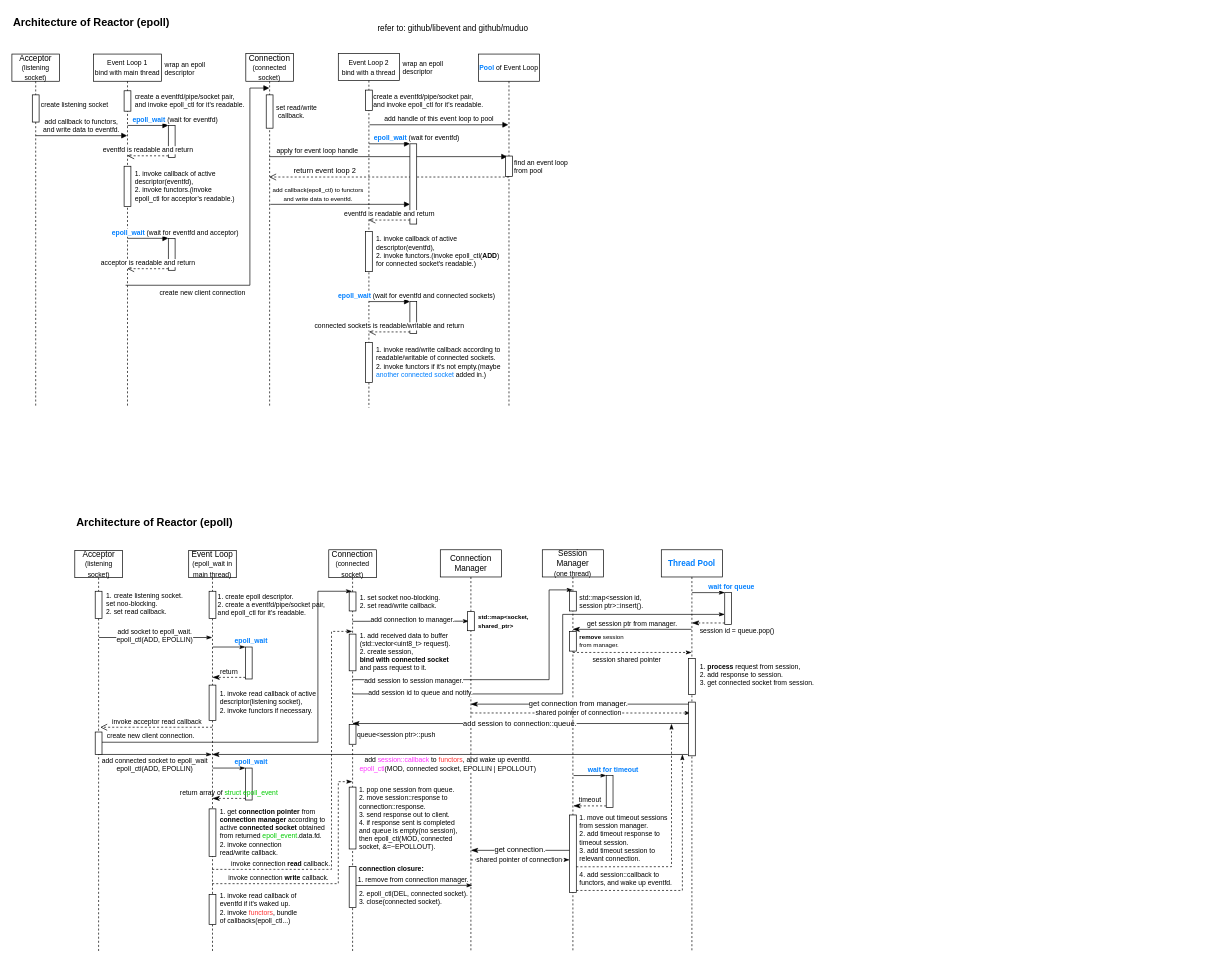
This is asio_arch.drawio from lsclone/StrayBirds, a draw.io file, before an edit. Source tidied: cells renumbered, new cells numbered last; positions are measured from the earlier drawing's top-left corner, leaving out a move shared by most shapes. Both pictures are drawn from the tidied source at 68%, with x=0, y=0 at pixel (12, 12).
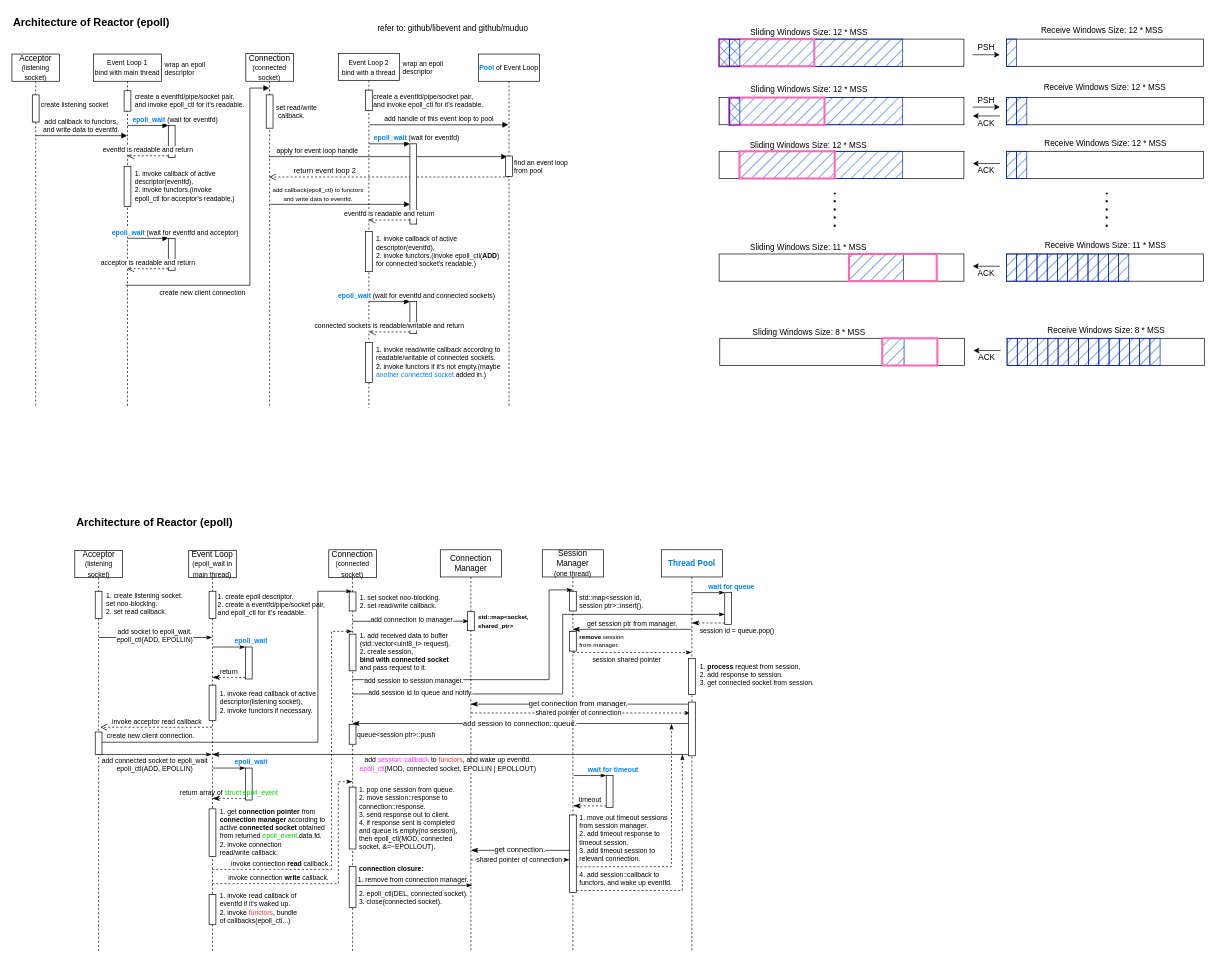
The same page after the edit.

The edit, as a diff of the source:
```diff
@@
+    <mxCell id="117" style="rounded=0;whiteSpace=wrap;html=1;" parent="1" vertex="1">
+      <mxGeometry x="1040" y="40" width="360" height="40" as="geometry" />
+    </mxCell>
@@
+    <mxCell id="118" style="rounded=0;whiteSpace=wrap;html=1;fillColor=#0050ef;fontColor=#ffffff;strokeColor=#001DBC;fillStyle=hatch;" parent="1" vertex="1">
+      <mxGeometry x="1040" y="40" width="270" height="40" as="geometry" />
+    </mxCell>
+    <mxCell id="119" style="rounded=0;whiteSpace=wrap;html=1;fillColor=none;strokeColor=#FF66B3;strokeWidth=3;" parent="1" vertex="1">
+      <mxGeometry x="1040" y="40" width="140" height="40" as="geometry" />
+    </mxCell>
+    <mxCell id="120" style="rounded=0;whiteSpace=wrap;html=1;fillStyle=hatch;fillColor=#0050ef;perimeterSpacing=0;strokeWidth=1;strokeColor=#001DBC;fontColor=#ffffff;rotation=90;" parent="1" vertex="1">
+      <mxGeometry x="1027.5" y="52.5" width="40" height="15" as="geometry" />
+    </mxCell>
+    <mxCell id="121" style="rounded=0;whiteSpace=wrap;html=1;fillStyle=hatch;fillColor=#0050ef;perimeterSpacing=0;strokeWidth=1;strokeColor=#001DBC;fontColor=#ffffff;rotation=90;" parent="1" vertex="1">
+      <mxGeometry x="1043" y="53" width="40" height="15" as="geometry" />
+    </mxCell>
+    <mxCell id="122" style="rounded=0;whiteSpace=wrap;html=1;" parent="1" vertex="1">
+      <mxGeometry x="1462.5" y="40" width="290" height="40" as="geometry" />
+    </mxCell>
+    <mxCell id="123" style="rounded=0;whiteSpace=wrap;html=1;fillStyle=hatch;strokeColor=#001DBC;strokeWidth=1;fillColor=#0050ef;fontColor=#ffffff;" parent="1" vertex="1">
+      <mxGeometry x="1462.5" y="40" width="15" height="40" as="geometry" />
+    </mxCell>
+    <mxCell id="124" style="rounded=0;whiteSpace=wrap;html=1;" parent="1" vertex="1">
+      <mxGeometry x="1040" y="126" width="360" height="40" as="geometry" />
+    </mxCell>
+    <mxCell id="125" style="rounded=0;whiteSpace=wrap;html=1;fillColor=#0050ef;fontColor=#ffffff;strokeColor=#001DBC;fillStyle=hatch;" parent="1" vertex="1">
+      <mxGeometry x="1054" y="126" width="256" height="40" as="geometry" />
+    </mxCell>
+    <mxCell id="126" style="rounded=0;whiteSpace=wrap;html=1;fillColor=none;strokeColor=#FF66B3;strokeWidth=3;" parent="1" vertex="1">
+      <mxGeometry x="1055" y="126" width="140" height="40" as="geometry" />
+    </mxCell>
+    <mxCell id="127" style="rounded=0;whiteSpace=wrap;html=1;fillStyle=hatch;fillColor=#0050ef;perimeterSpacing=0;strokeWidth=1;strokeColor=#001DBC;fontColor=#ffffff;rotation=90;" parent="1" vertex="1">
+      <mxGeometry x="1043" y="139" width="40" height="15" as="geometry" />
+    </mxCell>
+    <mxCell id="128" style="rounded=0;whiteSpace=wrap;html=1;" parent="1" vertex="1">
+      <mxGeometry x="1462.5" y="126" width="290" height="40" as="geometry" />
+    </mxCell>
+    <mxCell id="129" style="rounded=0;whiteSpace=wrap;html=1;fillStyle=hatch;strokeColor=#001DBC;strokeWidth=1;fillColor=#0050ef;fontColor=#ffffff;" parent="1" vertex="1">
+      <mxGeometry x="1462.5" y="126" width="15" height="40" as="geometry" />
+    </mxCell>
+    <mxCell id="130" style="rounded=0;whiteSpace=wrap;html=1;fillStyle=hatch;strokeColor=#001DBC;strokeWidth=1;fillColor=#0050ef;fontColor=#ffffff;" parent="1" vertex="1">
+      <mxGeometry x="1477.5" y="126" width="15" height="40" as="geometry" />
+    </mxCell>
+    <mxCell id="131" style="endArrow=classic;html=1;rounded=0;" parent="1" edge="1">
+      <mxGeometry relative="1" as="geometry">
+        <mxPoint x="1413" y="63" as="sourcePoint" />
+        <mxPoint x="1453" y="63" as="targetPoint" />
+      </mxGeometry>
+    </mxCell>
+    <mxCell id="132" style="endArrow=classic;startArrow=none;html=1;rounded=0;startFill=0;" parent="1" edge="1">
+      <mxGeometry relative="1" as="geometry">
+        <mxPoint x="1413" y="140" as="sourcePoint" />
+        <mxPoint x="1453" y="140" as="targetPoint" />
+      </mxGeometry>
+    </mxCell>
+    <mxCell id="133" style="endArrow=none;startArrow=classic;html=1;rounded=0;endFill=0;" parent="1" edge="1">
+      <mxGeometry relative="1" as="geometry">
+        <mxPoint x="1413" y="153" as="sourcePoint" />
+        <mxPoint x="1453" y="153" as="targetPoint" />
+      </mxGeometry>
+    </mxCell>
+    <mxCell id="134" value="PSH" style="text;html=1;strokeColor=none;fillColor=none;align=center;verticalAlign=middle;whiteSpace=wrap;rounded=0;fillStyle=hatch;" parent="1" vertex="1">
+      <mxGeometry x="1418" y="42" width="30" height="22" as="geometry" />
+    </mxCell>
+    <mxCell id="135" value="PSH" style="text;html=1;strokeColor=none;fillColor=none;align=center;verticalAlign=middle;whiteSpace=wrap;rounded=0;fillStyle=hatch;" parent="1" vertex="1">
+      <mxGeometry x="1418" y="119" width="30" height="22" as="geometry" />
+    </mxCell>
+    <mxCell id="136" value="ACK" style="text;html=1;strokeColor=none;fillColor=none;align=center;verticalAlign=middle;whiteSpace=wrap;rounded=0;fillStyle=hatch;" parent="1" vertex="1">
+      <mxGeometry x="1418" y="153" width="30" height="22" as="geometry" />
+    </mxCell>
+    <mxCell id="137" value="Receive Windows Size: 12 * MSS" style="text;html=1;strokeColor=none;fillColor=none;align=center;verticalAlign=middle;whiteSpace=wrap;rounded=0;fillStyle=hatch;" parent="1" vertex="1">
+      <mxGeometry x="1499" y="16" width="209" height="22" as="geometry" />
+    </mxCell>
+    <mxCell id="138" value="Sliding Windows Size: 12 * MSS" style="text;html=1;strokeColor=none;fillColor=none;align=center;verticalAlign=middle;whiteSpace=wrap;rounded=0;fillStyle=hatch;" parent="1" vertex="1">
+      <mxGeometry x="1067.5" y="19" width="209" height="22" as="geometry" />
+    </mxCell>
+    <mxCell id="139" style="rounded=0;whiteSpace=wrap;html=1;" parent="1" vertex="1">
+      <mxGeometry x="1040" y="205" width="360" height="40" as="geometry" />
+    </mxCell>
+    <mxCell id="140" style="rounded=0;whiteSpace=wrap;html=1;fillColor=#0050ef;fontColor=#ffffff;strokeColor=#001DBC;fillStyle=hatch;" parent="1" vertex="1">
+      <mxGeometry x="1070" y="205" width="240" height="40" as="geometry" />
+    </mxCell>
+    <mxCell id="141" style="rounded=0;whiteSpace=wrap;html=1;fillColor=none;strokeColor=#FF66B3;strokeWidth=3;" parent="1" vertex="1">
+      <mxGeometry x="1070" y="205" width="140" height="40" as="geometry" />
+    </mxCell>
+    <mxCell id="142" style="rounded=0;whiteSpace=wrap;html=1;" parent="1" vertex="1">
+      <mxGeometry x="1462.5" y="205" width="290" height="40" as="geometry" />
+    </mxCell>
+    <mxCell id="143" style="rounded=0;whiteSpace=wrap;html=1;fillStyle=hatch;strokeColor=#001DBC;strokeWidth=1;fillColor=#0050ef;fontColor=#ffffff;" parent="1" vertex="1">
+      <mxGeometry x="1462.5" y="205" width="15" height="40" as="geometry" />
+    </mxCell>
+    <mxCell id="144" style="rounded=0;whiteSpace=wrap;html=1;fillStyle=hatch;strokeColor=#001DBC;strokeWidth=1;fillColor=#0050ef;fontColor=#ffffff;" parent="1" vertex="1">
+      <mxGeometry x="1477.5" y="205" width="15" height="40" as="geometry" />
+    </mxCell>
+    <mxCell id="145" style="endArrow=none;startArrow=classic;html=1;rounded=0;endFill=0;" parent="1" edge="1">
+      <mxGeometry relative="1" as="geometry">
+        <mxPoint x="1413" y="223" as="sourcePoint" />
+        <mxPoint x="1453" y="223" as="targetPoint" />
+      </mxGeometry>
+    </mxCell>
+    <mxCell id="146" value="ACK" style="text;html=1;strokeColor=none;fillColor=none;align=center;verticalAlign=middle;whiteSpace=wrap;rounded=0;fillStyle=hatch;" parent="1" vertex="1">
+      <mxGeometry x="1418" y="223" width="30" height="22" as="geometry" />
+    </mxCell>
+    <mxCell id="147" value="Receive Windows Size: 12 * MSS" style="text;html=1;strokeColor=none;fillColor=none;align=center;verticalAlign=middle;whiteSpace=wrap;rounded=0;fillStyle=hatch;" parent="1" vertex="1">
+      <mxGeometry x="1503" y="101" width="209" height="22" as="geometry" />
+    </mxCell>
+    <mxCell id="148" value="Sliding Windows Size: 12 * MSS" style="text;html=1;strokeColor=none;fillColor=none;align=center;verticalAlign=middle;whiteSpace=wrap;rounded=0;fillStyle=hatch;" parent="1" vertex="1">
+      <mxGeometry x="1067.5" y="104" width="209" height="22" as="geometry" />
+    </mxCell>
+    <mxCell id="149" value="Receive Windows Size: 12 * MSS" style="text;html=1;strokeColor=none;fillColor=none;align=center;verticalAlign=middle;whiteSpace=wrap;rounded=0;fillStyle=hatch;" parent="1" vertex="1">
+      <mxGeometry x="1504" y="182" width="209" height="22" as="geometry" />
+    </mxCell>
+    <mxCell id="150" value="Sliding Windows Size: 12 * MSS" style="text;html=1;strokeColor=none;fillColor=none;align=center;verticalAlign=middle;whiteSpace=wrap;rounded=0;fillStyle=hatch;" parent="1" vertex="1">
+      <mxGeometry x="1066.5" y="185" width="209" height="22" as="geometry" />
+    </mxCell>
+    <mxCell id="151" style="rounded=0;whiteSpace=wrap;html=1;" parent="1" vertex="1">
+      <mxGeometry x="1040" y="356" width="360" height="40" as="geometry" />
+    </mxCell>
+    <mxCell id="152" style="rounded=0;whiteSpace=wrap;html=1;fillColor=#0050ef;fontColor=#ffffff;strokeColor=#001DBC;fillStyle=hatch;" parent="1" vertex="1">
+      <mxGeometry x="1231" y="356" width="80" height="40" as="geometry" />
+    </mxCell>
+    <mxCell id="153" style="rounded=0;whiteSpace=wrap;html=1;fillColor=none;strokeColor=#FF66B3;strokeWidth=3;" parent="1" vertex="1">
+      <mxGeometry x="1231" y="356" width="129" height="40" as="geometry" />
+    </mxCell>
+    <mxCell id="154" style="rounded=0;whiteSpace=wrap;html=1;" parent="1" vertex="1">
+      <mxGeometry x="1462.5" y="356" width="290" height="40" as="geometry" />
+    </mxCell>
+    <mxCell id="155" style="rounded=0;whiteSpace=wrap;html=1;fillStyle=hatch;strokeColor=#001DBC;strokeWidth=1;fillColor=#0050ef;fontColor=#ffffff;" parent="1" vertex="1">
+      <mxGeometry x="1462.5" y="356" width="15" height="40" as="geometry" />
+    </mxCell>
+    <mxCell id="156" style="rounded=0;whiteSpace=wrap;html=1;fillStyle=hatch;strokeColor=#001DBC;strokeWidth=1;fillColor=#0050ef;fontColor=#ffffff;" parent="1" vertex="1">
+      <mxGeometry x="1477.5" y="356" width="15" height="40" as="geometry" />
+    </mxCell>
+    <mxCell id="157" style="endArrow=none;startArrow=classic;html=1;rounded=0;endFill=0;" parent="1" edge="1">
+      <mxGeometry relative="1" as="geometry">
+        <mxPoint x="1413" y="374" as="sourcePoint" />
+        <mxPoint x="1453" y="374" as="targetPoint" />
+      </mxGeometry>
+    </mxCell>
+    <mxCell id="158" value="ACK" style="text;html=1;strokeColor=none;fillColor=none;align=center;verticalAlign=middle;whiteSpace=wrap;rounded=0;fillStyle=hatch;" parent="1" vertex="1">
+      <mxGeometry x="1418" y="374" width="30" height="22" as="geometry" />
+    </mxCell>
+    <mxCell id="159" value="Receive Windows Size: 11 * MSS" style="text;html=1;strokeColor=none;fillColor=none;align=center;verticalAlign=middle;whiteSpace=wrap;rounded=0;fillStyle=hatch;" parent="1" vertex="1">
+      <mxGeometry x="1504" y="333" width="209" height="22" as="geometry" />
+    </mxCell>
+    <mxCell id="160" value="Sliding Windows Size: 11 * MSS" style="text;html=1;strokeColor=none;fillColor=none;align=center;verticalAlign=middle;whiteSpace=wrap;rounded=0;fillStyle=hatch;" parent="1" vertex="1">
+      <mxGeometry x="1066.5" y="336" width="209" height="22" as="geometry" />
+    </mxCell>
+    <mxCell id="161" style="rounded=0;whiteSpace=wrap;html=1;fillStyle=hatch;strokeColor=#001DBC;strokeWidth=1;fillColor=#0050ef;fontColor=#ffffff;" parent="1" vertex="1">
+      <mxGeometry x="1492.5" y="356" width="15" height="40" as="geometry" />
+    </mxCell>
+    <mxCell id="162" style="rounded=0;whiteSpace=wrap;html=1;fillStyle=hatch;strokeColor=#001DBC;strokeWidth=1;fillColor=#0050ef;fontColor=#ffffff;" parent="1" vertex="1">
+      <mxGeometry x="1507.5" y="356" width="15" height="40" as="geometry" />
+    </mxCell>
+    <mxCell id="163" style="rounded=0;whiteSpace=wrap;html=1;fillStyle=hatch;strokeColor=#001DBC;strokeWidth=1;fillColor=#0050ef;fontColor=#ffffff;" parent="1" vertex="1">
+      <mxGeometry x="1522.5" y="356" width="15" height="40" as="geometry" />
+    </mxCell>
+    <mxCell id="164" style="rounded=0;whiteSpace=wrap;html=1;fillStyle=hatch;strokeColor=#001DBC;strokeWidth=1;fillColor=#0050ef;fontColor=#ffffff;" parent="1" vertex="1">
+      <mxGeometry x="1537.5" y="356" width="15" height="40" as="geometry" />
+    </mxCell>
+    <mxCell id="165" style="rounded=0;whiteSpace=wrap;html=1;fillStyle=hatch;strokeColor=#001DBC;strokeWidth=1;fillColor=#0050ef;fontColor=#ffffff;" parent="1" vertex="1">
+      <mxGeometry x="1552.5" y="356" width="15" height="40" as="geometry" />
+    </mxCell>
+    <mxCell id="166" style="rounded=0;whiteSpace=wrap;html=1;fillStyle=hatch;strokeColor=#001DBC;strokeWidth=1;fillColor=#0050ef;fontColor=#ffffff;" parent="1" vertex="1">
+      <mxGeometry x="1567.5" y="356" width="15" height="40" as="geometry" />
+    </mxCell>
+    <mxCell id="167" style="rounded=0;whiteSpace=wrap;html=1;fillStyle=hatch;strokeColor=#001DBC;strokeWidth=1;fillColor=#0050ef;fontColor=#ffffff;" parent="1" vertex="1">
+      <mxGeometry x="1582.5" y="356" width="15" height="40" as="geometry" />
+    </mxCell>
+    <mxCell id="168" style="rounded=0;whiteSpace=wrap;html=1;fillStyle=hatch;strokeColor=#001DBC;strokeWidth=1;fillColor=#0050ef;fontColor=#ffffff;" parent="1" vertex="1">
+      <mxGeometry x="1597.5" y="356" width="15" height="40" as="geometry" />
+    </mxCell>
+    <mxCell id="169" style="rounded=0;whiteSpace=wrap;html=1;fillStyle=hatch;strokeColor=#001DBC;strokeWidth=1;fillColor=#0050ef;fontColor=#ffffff;" parent="1" vertex="1">
+      <mxGeometry x="1612.5" y="356" width="15" height="40" as="geometry" />
+    </mxCell>
+    <mxCell id="170" style="rounded=0;whiteSpace=wrap;html=1;fillStyle=hatch;strokeColor=#001DBC;strokeWidth=1;fillColor=#0050ef;fontColor=#ffffff;" parent="1" vertex="1">
+      <mxGeometry x="1627.5" y="356" width="15" height="40" as="geometry" />
+    </mxCell>
+    <mxCell id="171" style="endArrow=none;dashed=1;html=1;dashPattern=1 3;strokeWidth=3;rounded=0;" parent="1" edge="1">
+      <mxGeometry relative="1" as="geometry">
+        <mxPoint x="1610" y="316" as="sourcePoint" />
+        <mxPoint x="1610" y="266" as="targetPoint" />
+      </mxGeometry>
+    </mxCell>
+    <mxCell id="172" style="endArrow=none;dashed=1;html=1;dashPattern=1 3;strokeWidth=3;rounded=0;" parent="1" edge="1">
+      <mxGeometry relative="1" as="geometry">
+        <mxPoint x="1210" y="316" as="sourcePoint" />
+        <mxPoint x="1210" y="266" as="targetPoint" />
+      </mxGeometry>
+    </mxCell>
+    <mxCell id="173" style="rounded=0;whiteSpace=wrap;html=1;" parent="1" vertex="1">
+      <mxGeometry x="1041" y="480" width="360" height="40" as="geometry" />
+    </mxCell>
+    <mxCell id="174" style="rounded=0;whiteSpace=wrap;html=1;fillColor=#0050ef;fontColor=#ffffff;strokeColor=#001DBC;fillStyle=hatch;" parent="1" vertex="1">
+      <mxGeometry x="1280" y="480" width="32" height="40" as="geometry" />
+    </mxCell>
+    <mxCell id="175" style="rounded=0;whiteSpace=wrap;html=1;fillColor=none;strokeColor=#FF66B3;strokeWidth=3;" parent="1" vertex="1">
+      <mxGeometry x="1280" y="480" width="81" height="40" as="geometry" />
+    </mxCell>
+    <mxCell id="176" style="rounded=0;whiteSpace=wrap;html=1;" parent="1" vertex="1">
+      <mxGeometry x="1463.5" y="480" width="290" height="40" as="geometry" />
+    </mxCell>
+    <mxCell id="177" style="rounded=0;whiteSpace=wrap;html=1;fillStyle=hatch;strokeColor=#001DBC;strokeWidth=1;fillColor=#0050ef;fontColor=#ffffff;" parent="1" vertex="1">
+      <mxGeometry x="1463.5" y="480" width="15" height="40" as="geometry" />
+    </mxCell>
+    <mxCell id="178" style="rounded=0;whiteSpace=wrap;html=1;fillStyle=hatch;strokeColor=#001DBC;strokeWidth=1;fillColor=#0050ef;fontColor=#ffffff;" parent="1" vertex="1">
+      <mxGeometry x="1478.5" y="480" width="15" height="40" as="geometry" />
+    </mxCell>
+    <mxCell id="179" style="endArrow=none;startArrow=classic;html=1;rounded=0;endFill=0;" parent="1" edge="1">
+      <mxGeometry relative="1" as="geometry">
+        <mxPoint x="1414" y="498" as="sourcePoint" />
+        <mxPoint x="1454" y="498" as="targetPoint" />
+      </mxGeometry>
+    </mxCell>
+    <mxCell id="180" value="ACK" style="text;html=1;strokeColor=none;fillColor=none;align=center;verticalAlign=middle;whiteSpace=wrap;rounded=0;fillStyle=hatch;" parent="1" vertex="1">
+      <mxGeometry x="1419" y="498" width="30" height="22" as="geometry" />
+    </mxCell>
+    <mxCell id="181" value="Receive Windows Size: 8 * MSS" style="text;html=1;strokeColor=none;fillColor=none;align=center;verticalAlign=middle;whiteSpace=wrap;rounded=0;fillStyle=hatch;" parent="1" vertex="1">
+      <mxGeometry x="1505" y="457" width="209" height="22" as="geometry" />
+    </mxCell>
+    <mxCell id="182" value="Sliding Windows Size: 8 * MSS" style="text;html=1;strokeColor=none;fillColor=none;align=center;verticalAlign=middle;whiteSpace=wrap;rounded=0;fillStyle=hatch;" parent="1" vertex="1">
+      <mxGeometry x="1067.5" y="460" width="209" height="22" as="geometry" />
+    </mxCell>
+    <mxCell id="183" style="rounded=0;whiteSpace=wrap;html=1;fillStyle=hatch;strokeColor=#001DBC;strokeWidth=1;fillColor=#0050ef;fontColor=#ffffff;" parent="1" vertex="1">
+      <mxGeometry x="1493.5" y="480" width="15" height="40" as="geometry" />
+    </mxCell>
+    <mxCell id="184" style="rounded=0;whiteSpace=wrap;html=1;fillStyle=hatch;strokeColor=#001DBC;strokeWidth=1;fillColor=#0050ef;fontColor=#ffffff;" parent="1" vertex="1">
+      <mxGeometry x="1508.5" y="480" width="15" height="40" as="geometry" />
+    </mxCell>
+    <mxCell id="185" style="rounded=0;whiteSpace=wrap;html=1;fillStyle=hatch;strokeColor=#001DBC;strokeWidth=1;fillColor=#0050ef;fontColor=#ffffff;" parent="1" vertex="1">
+      <mxGeometry x="1523.5" y="480" width="15" height="40" as="geometry" />
+    </mxCell>
+    <mxCell id="186" style="rounded=0;whiteSpace=wrap;html=1;fillStyle=hatch;strokeColor=#001DBC;strokeWidth=1;fillColor=#0050ef;fontColor=#ffffff;" parent="1" vertex="1">
+      <mxGeometry x="1538.5" y="480" width="15" height="40" as="geometry" />
+    </mxCell>
+    <mxCell id="187" style="rounded=0;whiteSpace=wrap;html=1;fillStyle=hatch;strokeColor=#001DBC;strokeWidth=1;fillColor=#0050ef;fontColor=#ffffff;" parent="1" vertex="1">
+      <mxGeometry x="1553.5" y="480" width="15" height="40" as="geometry" />
+    </mxCell>
+    <mxCell id="188" style="rounded=0;whiteSpace=wrap;html=1;fillStyle=hatch;strokeColor=#001DBC;strokeWidth=1;fillColor=#0050ef;fontColor=#ffffff;" parent="1" vertex="1">
+      <mxGeometry x="1568.5" y="480" width="15" height="40" as="geometry" />
+    </mxCell>
+    <mxCell id="189" style="rounded=0;whiteSpace=wrap;html=1;fillStyle=hatch;strokeColor=#001DBC;strokeWidth=1;fillColor=#0050ef;fontColor=#ffffff;" parent="1" vertex="1">
+      <mxGeometry x="1583.5" y="480" width="15" height="40" as="geometry" />
+    </mxCell>
+    <mxCell id="190" style="rounded=0;whiteSpace=wrap;html=1;fillStyle=hatch;strokeColor=#001DBC;strokeWidth=1;fillColor=#0050ef;fontColor=#ffffff;" parent="1" vertex="1">
+      <mxGeometry x="1598.5" y="480" width="15" height="40" as="geometry" />
+    </mxCell>
+    <mxCell id="191" style="rounded=0;whiteSpace=wrap;html=1;fillStyle=hatch;strokeColor=#001DBC;strokeWidth=1;fillColor=#0050ef;fontColor=#ffffff;" parent="1" vertex="1">
+      <mxGeometry x="1613.5" y="480" width="15" height="40" as="geometry" />
+    </mxCell>
+    <mxCell id="192" style="rounded=0;whiteSpace=wrap;html=1;fillStyle=hatch;strokeColor=#001DBC;strokeWidth=1;fillColor=#0050ef;fontColor=#ffffff;" parent="1" vertex="1">
+      <mxGeometry x="1628.5" y="480" width="15" height="40" as="geometry" />
+    </mxCell>
+    <mxCell id="193" style="rounded=0;whiteSpace=wrap;html=1;fillStyle=hatch;strokeColor=#001DBC;strokeWidth=1;fillColor=#0050ef;fontColor=#ffffff;" parent="1" vertex="1">
+      <mxGeometry x="1643.5" y="480" width="15" height="40" as="geometry" />
+    </mxCell>
+    <mxCell id="194" style="rounded=0;whiteSpace=wrap;html=1;fillStyle=hatch;strokeColor=#001DBC;strokeWidth=1;fillColor=#0050ef;fontColor=#ffffff;" parent="1" vertex="1">
+      <mxGeometry x="1658.5" y="480" width="15" height="40" as="geometry" />
+    </mxCell>
+    <mxCell id="195" style="rounded=0;whiteSpace=wrap;html=1;fillStyle=hatch;strokeColor=#001DBC;strokeWidth=1;fillColor=#0050ef;fontColor=#ffffff;" parent="1" vertex="1">
+      <mxGeometry x="1673.5" y="480" width="15" height="40" as="geometry" />
+    </mxCell>
```
